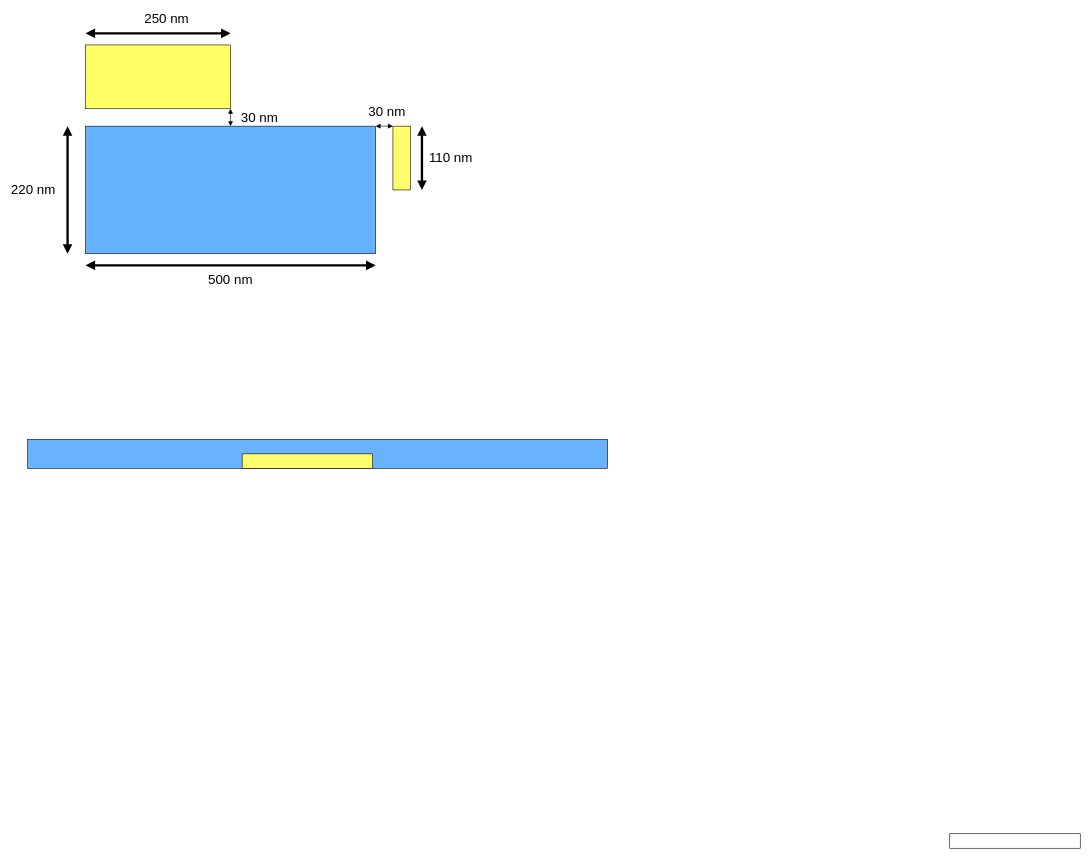
Before: page "HPR 90 Front view" (1 of 4) of Diagram/Picture Diagram.drawio in Akhmadi14/HPR-Paper, a draw.io diagram. Source tidied: cells renumbered, new cells numbered last; positions are measured from the earlier drawing's top-left corner, leaving out a move shared by most shapes. Both pictures are drawn from the tidied source at 58%, with x=0, y=0 at pixel (10, 10).
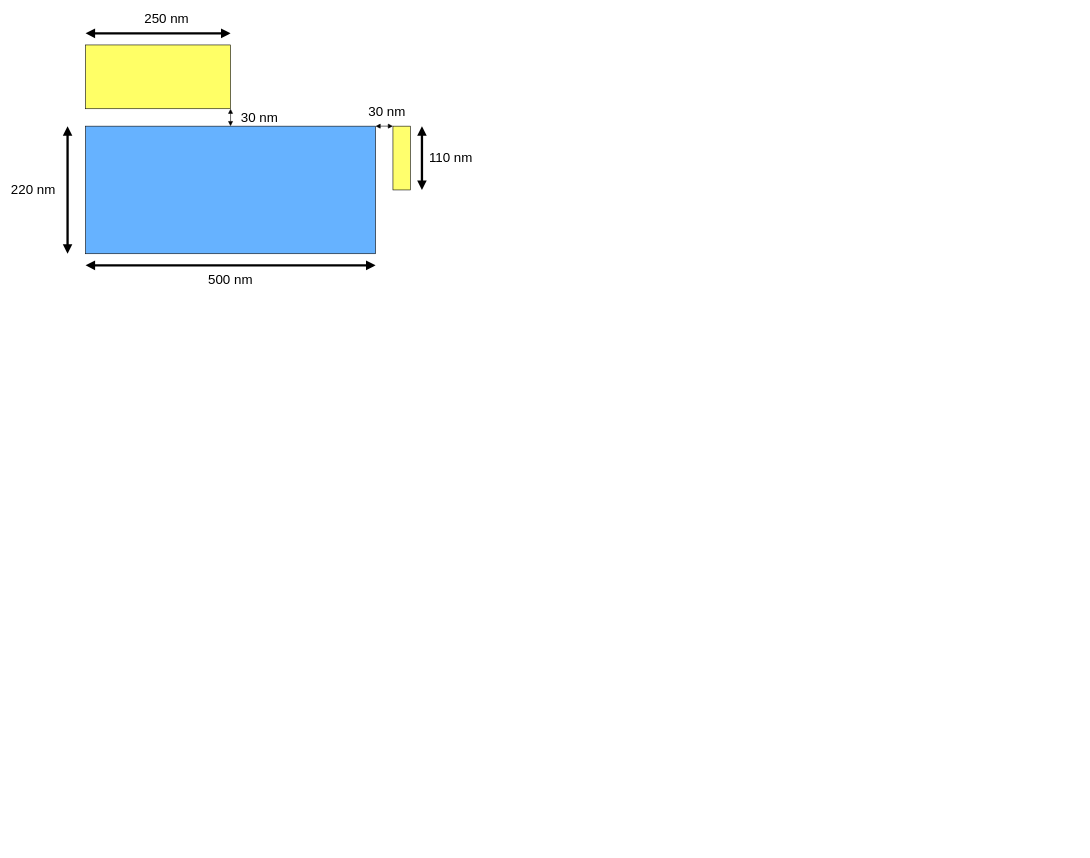
The same page after the edit.

The edit, as a diff of the source:
```diff
@@
-    <mxCell id="17" style="rounded=0;whiteSpace=wrap;html=1;fillColor=light-dark(#69b2fd, #ededed);" parent="1" vertex="1">
-      <mxGeometry x="30" y="740" width="1000" height="50" as="geometry" />
-    </mxCell>
-    <mxCell id="18" style="rounded=0;whiteSpace=wrap;html=1;" parent="1" vertex="1">
-      <mxGeometry x="1620" y="1420" width="225" height="25" as="geometry" />
-    </mxCell>
-    <mxCell id="19" style="rounded=0;whiteSpace=wrap;html=1;fillColor=light-dark(#ffff6d, #ededed);" parent="1" vertex="1">
-      <mxGeometry x="400" y="765" width="225" height="25" as="geometry" />
-    </mxCell>
```
